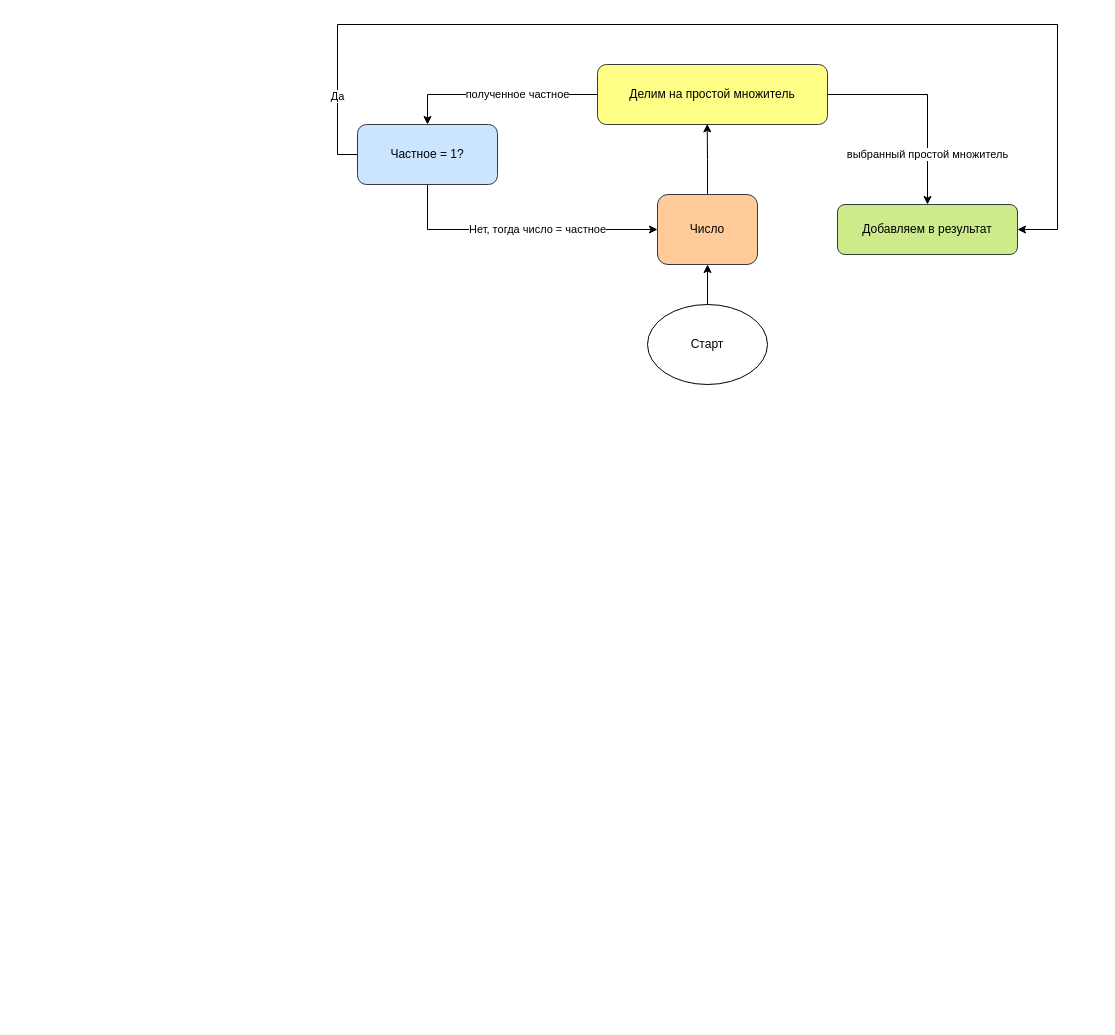
The draw.io diagram for_school.drawio in KirillMazinskiy/test2, before the edit. Source tidied: cells renumbered, new cells numbered last; positions are measured from the earlier drawing's top-left corner, leaving out a move shared by most shapes. Both pictures are drawn from the tidied source at 100%, with x=0, y=0 at pixel (337, 24).
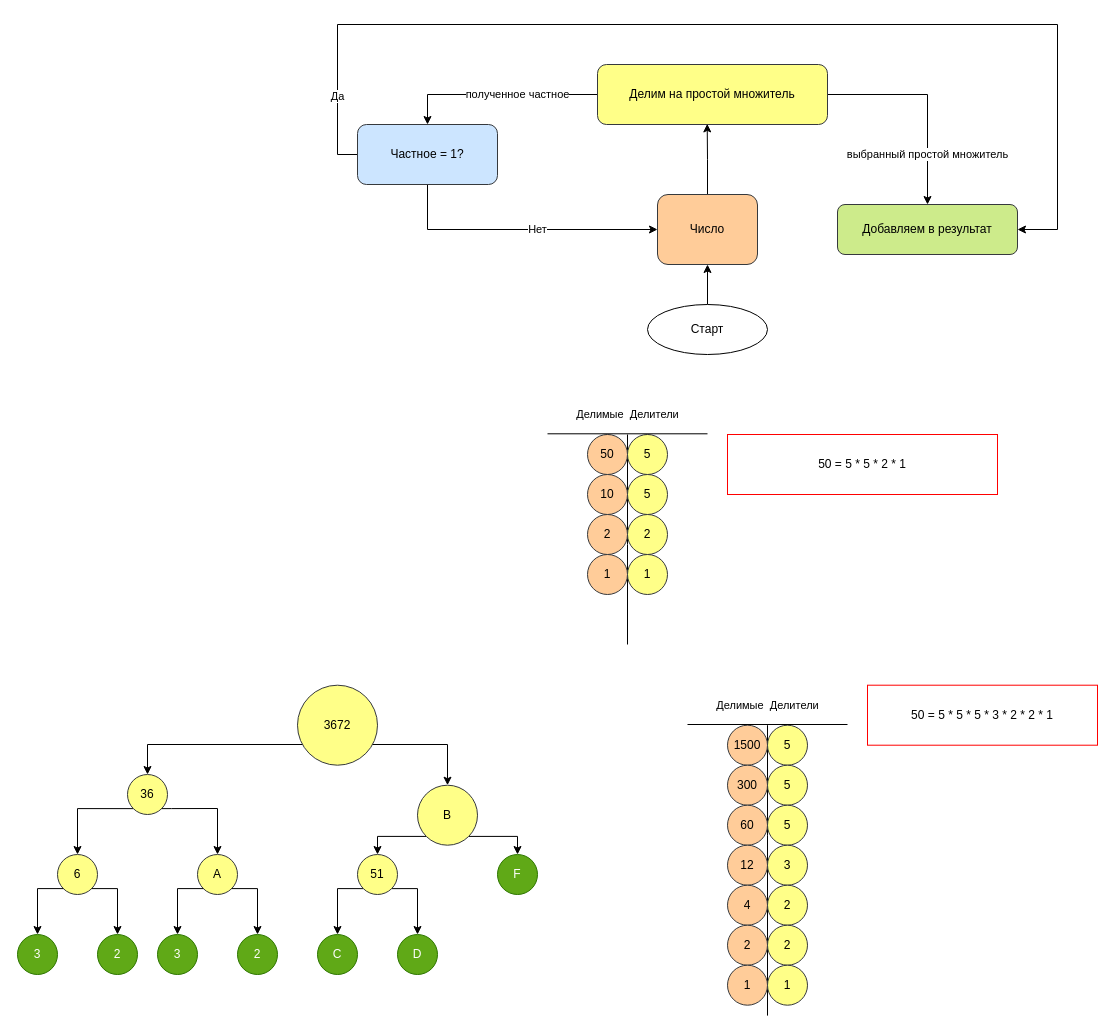
Above is the later version.

Unchanged cells that the change refers to:
```xml
<mxCell id="6" value="Число" style="rounded=1;whiteSpace=wrap;html=1;fillColor=#ffcc99;strokeColor=#36393d;" parent="1" vertex="1">
  <mxGeometry x="320" y="170" width="100" height="70" as="geometry" />
</mxCell>
<mxCell id="12" value="Частное = 1?" style="rounded=1;whiteSpace=wrap;html=1;fillColor=#cce5ff;strokeColor=#36393d;" parent="1" vertex="1">
  <mxGeometry x="20" y="100" width="140" height="60" as="geometry" />
</mxCell>
```

The edit, as a diff of the source:
```diff
@@
     <mxCell id="9" value="Старт" style="ellipse;whiteSpace=wrap;html=1;" parent="1" vertex="1">
-      <mxGeometry x="310" y="280" width="120" height="80" as="geometry" />
+      <mxGeometry x="310" y="280" width="120" height="50" as="geometry" />
     </mxCell>
-    <mxCell id="10" value="Нет, тогда число = частное" style="edgeStyle=orthogonalEdgeStyle;rounded=0;jettySize=auto;html=1;entryX=0;entryY=0.5;entryDx=0;entryDy=0;" parent="1" edge="1" source="12" target="6">
+    <mxCell id="10" value="Нет" style="edgeStyle=orthogonalEdgeStyle;rounded=0;jettySize=auto;html=1;entryX=0;entryY=0.5;entryDx=0;entryDy=0;" parent="1" edge="1" source="12" target="6">
       <mxGeometry x="0.13" relative="1" as="geometry">
         <Array as="points">
           <mxPoint x="90" y="205" />
         </Array>
       </mxGeometry>
     </mxCell>
@@
+    <mxCell id="13" style="endArrow=none;html=1;rounded=0;edgeStyle=orthogonalEdgeStyle;" parent="1" edge="1">
+      <mxGeometry relative="1" as="geometry">
+        <mxPoint x="290" y="620" as="sourcePoint" />
+        <mxPoint x="290" y="410" as="targetPoint" />
+        <Array as="points">
+          <mxPoint x="290" y="520" />
+        </Array>
+      </mxGeometry>
+    </mxCell>
+    <mxCell id="14" value="50" style="ellipse;whiteSpace=wrap;html=1;fillColor=#ffcc99;strokeColor=#36393d;" parent="1" vertex="1">
+      <mxGeometry x="250" y="410" width="40" height="40" as="geometry" />
+    </mxCell>
+    <mxCell id="15" value="10" style="ellipse;whiteSpace=wrap;html=1;fillColor=#ffcc99;strokeColor=#36393d;" parent="1" vertex="1">
+      <mxGeometry x="250" y="450" width="40" height="40" as="geometry" />
+    </mxCell>
+    <mxCell id="16" value="2" style="ellipse;whiteSpace=wrap;html=1;fillColor=#ffcc99;strokeColor=#36393d;" parent="1" vertex="1">
+      <mxGeometry x="250" y="490" width="40" height="40" as="geometry" />
+    </mxCell>
+    <mxCell id="17" value="1" style="ellipse;whiteSpace=wrap;html=1;fillColor=#ffcc99;strokeColor=#36393d;" parent="1" vertex="1">
+      <mxGeometry x="250" y="530" width="40" height="40" as="geometry" />
+    </mxCell>
+    <mxCell id="18" value="5" style="ellipse;whiteSpace=wrap;html=1;fillColor=#ffff88;strokeColor=#36393d;" parent="1" vertex="1">
+      <mxGeometry x="290" y="410" width="40" height="40" as="geometry" />
+    </mxCell>
+    <mxCell id="19" value="5" style="ellipse;whiteSpace=wrap;html=1;fillColor=#ffff88;strokeColor=#36393d;" parent="1" vertex="1">
+      <mxGeometry x="290" y="450" width="40" height="40" as="geometry" />
+    </mxCell>
+    <mxCell id="20" value="2" style="ellipse;whiteSpace=wrap;html=1;fillColor=#ffff88;strokeColor=#36393d;" parent="1" vertex="1">
+      <mxGeometry x="290" y="490" width="40" height="40" as="geometry" />
+    </mxCell>
+    <mxCell id="21" value="1" style="ellipse;whiteSpace=wrap;html=1;fillColor=#ffff88;strokeColor=#36393d;" parent="1" vertex="1">
+      <mxGeometry x="290" y="530" width="40" height="40" as="geometry" />
+    </mxCell>
+    <mxCell id="22" value="Делимые&lt;span style=&quot;white-space: pre&quot;&gt; &lt;/span&gt;&lt;span style=&quot;white-space: pre&quot;&gt; &lt;/span&gt;Делители" style="endArrow=none;html=1;rounded=0;edgeStyle=orthogonalEdgeStyle;" parent="1" edge="1">
+      <mxGeometry y="19" relative="1" as="geometry">
+        <mxPoint x="210" y="409.3" as="sourcePoint" />
+        <mxPoint x="370" y="409.3" as="targetPoint" />
+      </mxGeometry>
+    </mxCell>
+    <mxCell id="23" value="50 = 5 * 5 * 2 * 1" style="rounded=0;whiteSpace=wrap;html=1;strokeColor=#FF0000;" parent="1" vertex="1">
+      <mxGeometry x="390" y="410" width="270" height="60" as="geometry" />
+    </mxCell>
+    <mxCell id="24" style="endArrow=none;html=1;rounded=0;edgeStyle=orthogonalEdgeStyle;" parent="1" edge="1">
+      <mxGeometry relative="1" as="geometry">
+        <mxPoint x="430" y="991.1" as="sourcePoint" />
+        <mxPoint x="430" y="700.7" as="targetPoint" />
+        <Array as="points">
+          <mxPoint x="430" y="810.7" />
+        </Array>
+      </mxGeometry>
+    </mxCell>
+    <mxCell id="25" value="1500" style="ellipse;whiteSpace=wrap;html=1;fillColor=#ffcc99;strokeColor=#36393d;" parent="1" vertex="1">
+      <mxGeometry x="390" y="700.7" width="40" height="40" as="geometry" />
+    </mxCell>
+    <mxCell id="26" value="300" style="ellipse;whiteSpace=wrap;html=1;fillColor=#ffcc99;strokeColor=#36393d;" parent="1" vertex="1">
+      <mxGeometry x="390" y="740.7" width="40" height="40" as="geometry" />
+    </mxCell>
+    <mxCell id="27" value="60" style="ellipse;whiteSpace=wrap;html=1;fillColor=#ffcc99;strokeColor=#36393d;" parent="1" vertex="1">
+      <mxGeometry x="390" y="780.7" width="40" height="40" as="geometry" />
+    </mxCell>
+    <mxCell id="28" value="12" style="ellipse;whiteSpace=wrap;html=1;fillColor=#ffcc99;strokeColor=#36393d;" parent="1" vertex="1">
+      <mxGeometry x="390" y="820.7" width="40" height="40" as="geometry" />
+    </mxCell>
+    <mxCell id="29" value="5" style="ellipse;whiteSpace=wrap;html=1;fillColor=#ffff88;strokeColor=#36393d;" parent="1" vertex="1">
+      <mxGeometry x="430" y="700.7" width="40" height="40" as="geometry" />
+    </mxCell>
+    <mxCell id="30" value="5" style="ellipse;whiteSpace=wrap;html=1;fillColor=#ffff88;strokeColor=#36393d;" parent="1" vertex="1">
+      <mxGeometry x="430" y="740.7" width="40" height="40" as="geometry" />
+    </mxCell>
+    <mxCell id="31" value="5" style="ellipse;whiteSpace=wrap;html=1;fillColor=#ffff88;strokeColor=#36393d;" parent="1" vertex="1">
+      <mxGeometry x="430" y="780.7" width="40" height="40" as="geometry" />
+    </mxCell>
+    <mxCell id="32" value="3" style="ellipse;whiteSpace=wrap;html=1;fillColor=#ffff88;strokeColor=#36393d;" parent="1" vertex="1">
+      <mxGeometry x="430" y="820.7" width="40" height="40" as="geometry" />
+    </mxCell>
+    <mxCell id="33" value="Делимые&lt;span style=&quot;white-space: pre&quot;&gt; &lt;/span&gt;&lt;span style=&quot;white-space: pre&quot;&gt; &lt;/span&gt;Делители" style="endArrow=none;html=1;rounded=0;edgeStyle=orthogonalEdgeStyle;" parent="1" edge="1">
+      <mxGeometry y="19" relative="1" as="geometry">
+        <mxPoint x="350" y="700" as="sourcePoint" />
+        <mxPoint x="510" y="700" as="targetPoint" />
+      </mxGeometry>
+    </mxCell>
+    <mxCell id="34" value="4" style="ellipse;whiteSpace=wrap;html=1;fillColor=#ffcc99;strokeColor=#36393d;" parent="1" vertex="1">
+      <mxGeometry x="390" y="860.7" width="40" height="40" as="geometry" />
+    </mxCell>
+    <mxCell id="35" value="2" style="ellipse;whiteSpace=wrap;html=1;fillColor=#ffcc99;strokeColor=#36393d;" parent="1" vertex="1">
+      <mxGeometry x="390" y="900.7" width="40" height="40" as="geometry" />
+    </mxCell>
+    <mxCell id="36" value="1" style="ellipse;whiteSpace=wrap;html=1;fillColor=#ffcc99;strokeColor=#36393d;" parent="1" vertex="1">
+      <mxGeometry x="390" y="940.7" width="40" height="40" as="geometry" />
+    </mxCell>
+    <mxCell id="37" value="2" style="ellipse;whiteSpace=wrap;html=1;fillColor=#ffff88;strokeColor=#36393d;" parent="1" vertex="1">
+      <mxGeometry x="430" y="860.7" width="40" height="40" as="geometry" />
+    </mxCell>
+    <mxCell id="38" value="2" style="ellipse;whiteSpace=wrap;html=1;fillColor=#ffff88;strokeColor=#36393d;" parent="1" vertex="1">
+      <mxGeometry x="430" y="900.7" width="40" height="40" as="geometry" />
+    </mxCell>
+    <mxCell id="39" value="1" style="ellipse;whiteSpace=wrap;html=1;fillColor=#ffff88;strokeColor=#36393d;" parent="1" vertex="1">
+      <mxGeometry x="430" y="940.7" width="40" height="40" as="geometry" />
+    </mxCell>
+    <mxCell id="40" style="edgeStyle=orthogonalEdgeStyle;rounded=0;jettySize=auto;html=1;exitX=1;exitY=1;exitDx=0;exitDy=0;entryX=0.5;entryY=0;entryDx=0;entryDy=0;" parent="1" edge="1" source="42" target="45">
+      <mxGeometry relative="1" as="geometry">
+        <Array as="points">
+          <mxPoint x="18" y="729" />
+          <mxPoint x="18" y="720" />
+          <mxPoint x="110" y="720" />
+          <mxPoint x="110" y="761" />
+        </Array>
+      </mxGeometry>
+    </mxCell>
+    <mxCell id="41" style="edgeStyle=orthogonalEdgeStyle;rounded=0;jettySize=auto;html=1;exitX=0;exitY=1;exitDx=0;exitDy=0;entryX=0.5;entryY=0;entryDx=0;entryDy=0;" parent="1" edge="1" source="42" target="48">
+      <mxGeometry relative="1" as="geometry">
+        <Array as="points">
+          <mxPoint x="12" y="729" />
+          <mxPoint x="12" y="720" />
+          <mxPoint x="-190" y="720" />
+        </Array>
+      </mxGeometry>
+    </mxCell>
+    <mxCell id="42" value="3672" style="ellipse;whiteSpace=wrap;html=1;fillColor=#ffff88;strokeColor=#36393d;" parent="1" vertex="1">
+      <mxGeometry x="-40" y="660.7" width="80" height="80" as="geometry" />
+    </mxCell>
+    <mxCell id="43" style="edgeStyle=orthogonalEdgeStyle;rounded=0;jettySize=auto;html=1;exitX=0;exitY=1;exitDx=0;exitDy=0;entryX=0.5;entryY=0;entryDx=0;entryDy=0;" parent="1" edge="1" source="45" target="52">
+      <mxGeometry relative="1" as="geometry">
+        <Array as="points">
+          <mxPoint x="40" y="812" />
+        </Array>
+      </mxGeometry>
+    </mxCell>
+    <mxCell id="44" style="edgeStyle=orthogonalEdgeStyle;rounded=0;jettySize=auto;html=1;exitX=1;exitY=1;exitDx=0;exitDy=0;entryX=0.5;entryY=0;entryDx=0;entryDy=0;" parent="1" edge="1" source="45" target="46">
+      <mxGeometry relative="1" as="geometry">
+        <Array as="points">
+          <mxPoint x="180" y="812" />
+        </Array>
+      </mxGeometry>
+    </mxCell>
+    <mxCell id="45" value="B" style="ellipse;whiteSpace=wrap;html=1;fillColor=#ffff88;strokeColor=#36393d;" parent="1" vertex="1">
+      <mxGeometry x="80" y="760.7" width="60" height="60" as="geometry" />
+    </mxCell>
+    <mxCell id="46" value="F" style="ellipse;whiteSpace=wrap;html=1;fillColor=#60a917;strokeColor=#2D7600;fontColor=#ffffff;" parent="1" vertex="1">
+      <mxGeometry x="160" y="830" width="40" height="40" as="geometry" />
+    </mxCell>
+    <mxCell id="47" style="edgeStyle=orthogonalEdgeStyle;rounded=0;jettySize=auto;html=1;exitX=0;exitY=1;exitDx=0;exitDy=0;entryX=0.5;entryY=0;entryDx=0;entryDy=0;" parent="1" edge="1" source="48" target="56">
+      <mxGeometry relative="1" as="geometry" />
+    </mxCell>
+    <mxCell id="48" value="36" style="ellipse;whiteSpace=wrap;html=1;fillColor=#ffff88;strokeColor=#36393d;" parent="1" vertex="1">
+      <mxGeometry x="-210" y="750" width="40" height="40" as="geometry" />
+    </mxCell>
+    <mxCell id="49" style="edgeStyle=orthogonalEdgeStyle;rounded=0;jettySize=auto;html=1;exitX=1;exitY=1;exitDx=0;exitDy=0;entryX=0.5;entryY=0;entryDx=0;entryDy=0;" parent="1" edge="1" source="48">
+      <mxGeometry relative="1" as="geometry">
+        <mxPoint x="-120" y="830" as="targetPoint" />
+        <Array as="points">
+          <mxPoint x="-166" y="784" />
+          <mxPoint x="-120" y="784" />
+        </Array>
+      </mxGeometry>
+    </mxCell>
+    <mxCell id="50" style="edgeStyle=orthogonalEdgeStyle;rounded=0;jettySize=auto;html=1;exitX=1;exitY=1;exitDx=0;exitDy=0;entryX=0.5;entryY=0;entryDx=0;entryDy=0;" parent="1" edge="1" source="52" target="54">
+      <mxGeometry relative="1" as="geometry">
+        <Array as="points">
+          <mxPoint x="80" y="864" />
+        </Array>
+      </mxGeometry>
+    </mxCell>
+    <mxCell id="51" style="edgeStyle=orthogonalEdgeStyle;rounded=0;jettySize=auto;html=1;exitX=0;exitY=1;exitDx=0;exitDy=0;entryX=0.5;entryY=0;entryDx=0;entryDy=0;" parent="1" edge="1" source="52" target="53">
+      <mxGeometry relative="1" as="geometry">
+        <Array as="points">
+          <mxPoint y="864" />
+        </Array>
+      </mxGeometry>
+    </mxCell>
+    <mxCell id="52" value="51" style="ellipse;whiteSpace=wrap;html=1;fillColor=#ffff88;strokeColor=#36393d;" parent="1" vertex="1">
+      <mxGeometry x="20" y="830" width="40" height="40" as="geometry" />
+    </mxCell>
+    <mxCell id="53" value="C" style="ellipse;whiteSpace=wrap;html=1;fillColor=#60a917;strokeColor=#2D7600;fontColor=#ffffff;" parent="1" vertex="1">
+      <mxGeometry x="-20" y="910" width="40" height="40" as="geometry" />
+    </mxCell>
+    <mxCell id="54" value="D" style="ellipse;whiteSpace=wrap;html=1;fillColor=#60a917;strokeColor=#2D7600;fontColor=#ffffff;" parent="1" vertex="1">
+      <mxGeometry x="60" y="910" width="40" height="40" as="geometry" />
+    </mxCell>
+    <mxCell id="55" value="50 = 5 * 5 * 5 * 3 * 2 * 2 * 1" style="rounded=0;whiteSpace=wrap;html=1;strokeColor=#FF0000;" parent="1" vertex="1">
+      <mxGeometry x="530" y="660.7" width="230" height="60" as="geometry" />
+    </mxCell>
+    <mxCell id="56" value="6" style="ellipse;whiteSpace=wrap;html=1;fillColor=#ffff88;strokeColor=#36393d;" parent="1" vertex="1">
+      <mxGeometry x="-280" y="830" width="40" height="40" as="geometry" />
+    </mxCell>
+    <mxCell id="57" style="edgeStyle=orthogonalEdgeStyle;rounded=0;jettySize=auto;html=1;exitX=0;exitY=1;exitDx=0;exitDy=0;entryX=0.5;entryY=0;entryDx=0;entryDy=0;" parent="1" edge="1" target="59">
+      <mxGeometry relative="1" as="geometry">
+        <mxPoint x="-274.1" y="864.1" as="sourcePoint" />
+        <Array as="points">
+          <mxPoint x="-300" y="864" />
+        </Array>
+      </mxGeometry>
+    </mxCell>
+    <mxCell id="58" style="edgeStyle=orthogonalEdgeStyle;rounded=0;jettySize=auto;html=1;exitX=1;exitY=1;exitDx=0;exitDy=0;entryX=0.5;entryY=0;entryDx=0;entryDy=0;" parent="1" edge="1" target="60">
+      <mxGeometry relative="1" as="geometry">
+        <mxPoint x="-245.9" y="864.1" as="sourcePoint" />
+        <Array as="points">
+          <mxPoint x="-220" y="864" />
+        </Array>
+      </mxGeometry>
+    </mxCell>
+    <mxCell id="59" value="3" style="ellipse;whiteSpace=wrap;html=1;fillColor=#60a917;strokeColor=#2D7600;fontColor=#ffffff;" parent="1" vertex="1">
+      <mxGeometry x="-320" y="910" width="40" height="40" as="geometry" />
+    </mxCell>
+    <mxCell id="60" value="2" style="ellipse;whiteSpace=wrap;html=1;fillColor=#60a917;strokeColor=#2D7600;fontColor=#ffffff;" parent="1" vertex="1">
+      <mxGeometry x="-240" y="910" width="40" height="40" as="geometry" />
+    </mxCell>
+    <mxCell id="61" value="A" style="ellipse;whiteSpace=wrap;html=1;fillColor=#ffff88;strokeColor=#36393d;" parent="1" vertex="1">
+      <mxGeometry x="-140" y="830" width="40" height="40" as="geometry" />
+    </mxCell>
+    <mxCell id="62" style="edgeStyle=orthogonalEdgeStyle;rounded=0;jettySize=auto;html=1;exitX=0;exitY=1;exitDx=0;exitDy=0;entryX=0.5;entryY=0;entryDx=0;entryDy=0;" parent="1" edge="1" target="64">
+      <mxGeometry relative="1" as="geometry">
+        <mxPoint x="-134.1" y="864.1" as="sourcePoint" />
+        <Array as="points">
+          <mxPoint x="-160" y="864" />
+        </Array>
+      </mxGeometry>
+    </mxCell>
+    <mxCell id="63" style="edgeStyle=orthogonalEdgeStyle;rounded=0;jettySize=auto;html=1;exitX=1;exitY=1;exitDx=0;exitDy=0;entryX=0.5;entryY=0;entryDx=0;entryDy=0;" parent="1" edge="1" target="65">
+      <mxGeometry relative="1" as="geometry">
+        <mxPoint x="-105.9" y="864.1" as="sourcePoint" />
+        <Array as="points">
+          <mxPoint x="-80" y="864" />
+        </Array>
+      </mxGeometry>
+    </mxCell>
+    <mxCell id="64" value="3" style="ellipse;whiteSpace=wrap;html=1;fillColor=#60a917;strokeColor=#2D7600;fontColor=#ffffff;" parent="1" vertex="1">
+      <mxGeometry x="-180" y="910" width="40" height="40" as="geometry" />
+    </mxCell>
+    <mxCell id="65" value="2" style="ellipse;whiteSpace=wrap;html=1;fillColor=#60a917;strokeColor=#2D7600;fontColor=#ffffff;" parent="1" vertex="1">
+      <mxGeometry x="-100" y="910" width="40" height="40" as="geometry" />
+    </mxCell>
```
